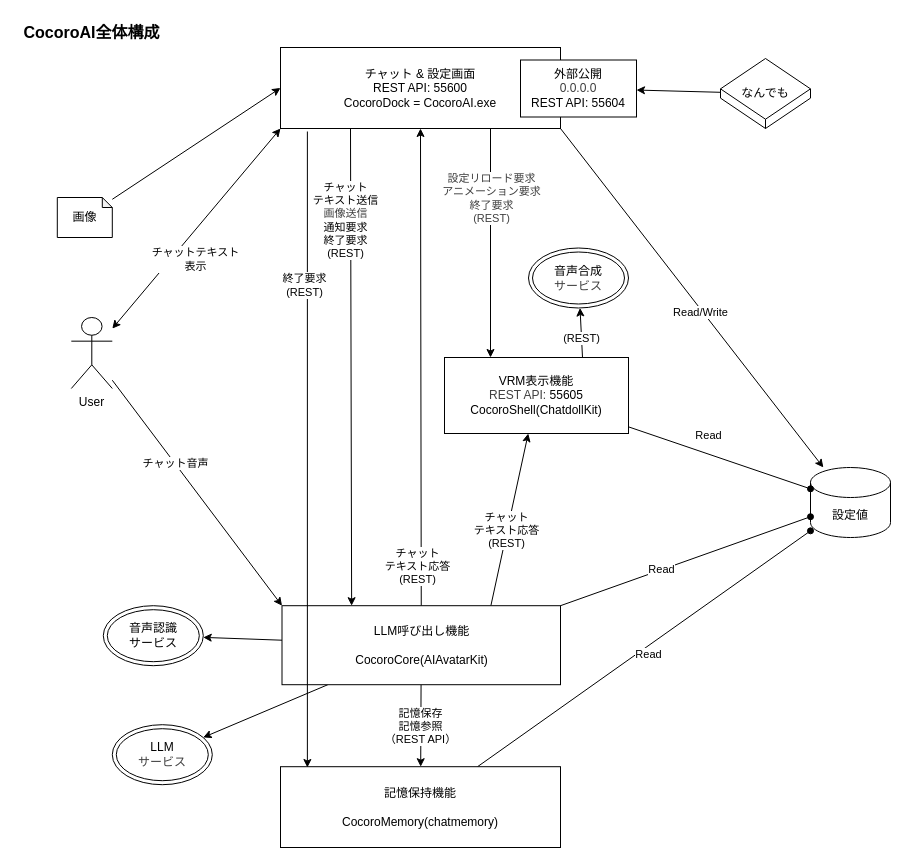
Earlier version of the draw.io diagram CocoroAI全体構成.drawio (hirona98/CocoroCore). Source tidied: cells renumbered, new cells numbered last; positions are measured from the earlier drawing's top-left corner, leaving out a move shared by most shapes. Both pictures are drawn from the tidied source at 100%, with x=0, y=0 at pixel (16, 17).
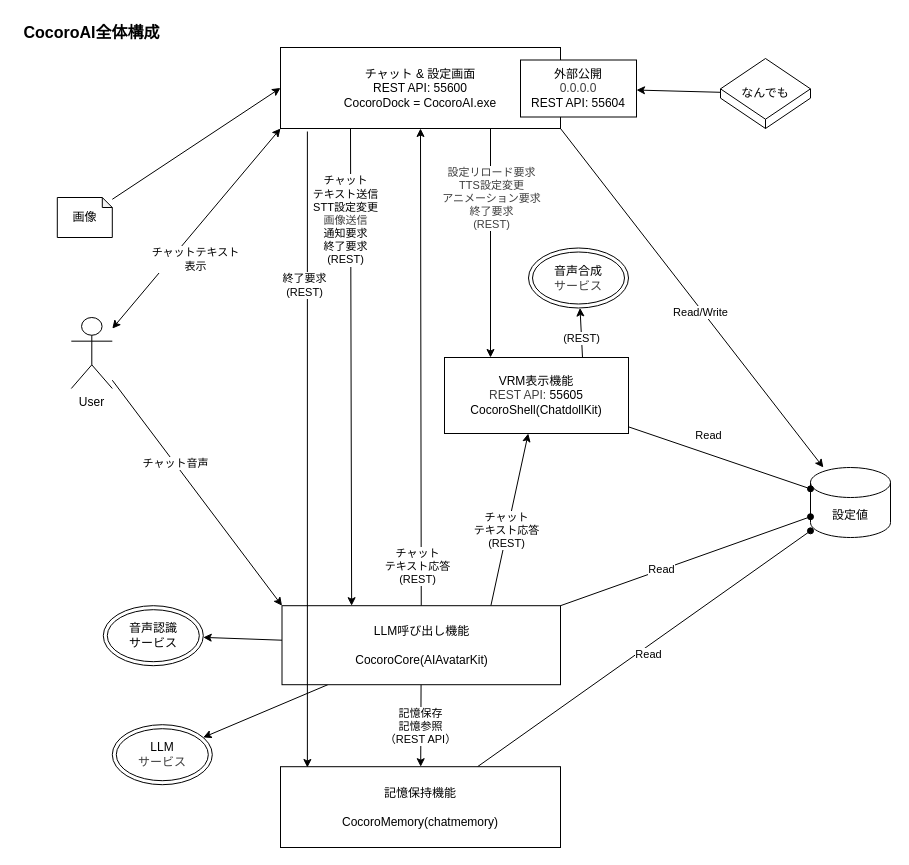
Above is the later version.

Commit message (it also covers changes not shown here):
API仕様書などを修正

Unchanged cells that the change refers to:
```xml
<mxCell id="3" style="rounded=0;jettySize=auto;html=1;exitX=0.25;exitY=1;exitDx=0;exitDy=0;entryX=0.25;entryY=0;entryDx=0;entryDy=0;" parent="1" edge="1" source="9" target="25">
  <mxGeometry relative="1" as="geometry" />
</mxCell>
<mxCell id="7" style="edgeStyle=none;html=1;entryX=0.25;entryY=0;entryDx=0;entryDy=0;exitX=0.75;exitY=1;exitDx=0;exitDy=0;" parent="1" edge="1" source="9" target="15">
  <mxGeometry relative="1" as="geometry" />
</mxCell>
```

What changed in the source:
```diff
@@
-    <mxCell id="4" value="チャット&lt;div&gt;テキスト送信&lt;div&gt;&lt;span style=&quot;color: rgb(63, 63, 63);&quot;&gt;画像送信&lt;/span&gt;&lt;font color=&quot;#000000&quot;&gt;&lt;br&gt;&lt;/font&gt;&lt;div&gt;通知要求&lt;/div&gt;&lt;div&gt;終了要求&lt;/div&gt;&lt;div&gt;(REST)&lt;/div&gt;&lt;/div&gt;&lt;/div&gt;" style="edgeLabel;html=1;align=center;verticalAlign=middle;" parent="3" vertex="1">
+    <mxCell id="4" value="チャット&lt;div&gt;テキスト送信&lt;/div&gt;&lt;div&gt;STT設定変更&lt;br&gt;&lt;div&gt;&lt;span style=&quot;color: rgb(63, 63, 63);&quot;&gt;画像送信&lt;/span&gt;&lt;font color=&quot;#000000&quot;&gt;&lt;br&gt;&lt;/font&gt;&lt;div&gt;通知要求&lt;/div&gt;&lt;div&gt;終了要求&lt;/div&gt;&lt;div&gt;(REST)&lt;/div&gt;&lt;/div&gt;&lt;/div&gt;" style="edgeLabel;html=1;align=center;verticalAlign=middle;" parent="3" vertex="1">
       <mxGeometry x="-0.53" y="1" relative="1" as="geometry">
         <mxPoint x="-7" y="-20" as="offset" />
       </mxGeometry>
     </mxCell>
@@
-    <mxCell id="8" value="&lt;div style=&quot;color: rgb(63, 63, 63);&quot;&gt;設定リロード要求&lt;/div&gt;&lt;div style=&quot;color: rgb(63, 63, 63);&quot;&gt;アニメーション要求&lt;/div&gt;&lt;div style=&quot;color: rgb(63, 63, 63);&quot;&gt;終了要求&lt;/div&gt;&lt;div style=&quot;color: rgb(63, 63, 63);&quot;&gt;(REST)&lt;/div&gt;" style="edgeLabel;html=1;align=center;verticalAlign=middle;" parent="7" vertex="1">
+    <mxCell id="8" value="&lt;div style=&quot;color: rgb(63, 63, 63);&quot;&gt;設定リロード要求&lt;/div&gt;&lt;div style=&quot;color: rgb(63, 63, 63);&quot;&gt;TTS設定変更&lt;/div&gt;&lt;div style=&quot;color: rgb(63, 63, 63);&quot;&gt;アニメーション要求&lt;/div&gt;&lt;div style=&quot;color: rgb(63, 63, 63);&quot;&gt;終了要求&lt;/div&gt;&lt;div style=&quot;color: rgb(63, 63, 63);&quot;&gt;(REST)&lt;/div&gt;" style="edgeLabel;html=1;align=center;verticalAlign=middle;" parent="7" vertex="1">
       <mxGeometry x="-0.4" y="-1" relative="1" as="geometry">
         <mxPoint x="1" as="offset" />
       </mxGeometry>
     </mxCell>
```
